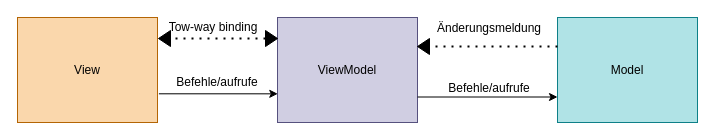
gitfarah/Schule-Website-Projekt keeps this draw.io diagram as MVVM Design.drawio. Above is the earlier version. Source tidied: cells renumbered, new cells numbered last; positions are measured from the earlier drawing's top-left corner, leaving out a move shared by most shapes. Both pictures are drawn from the tidied source at 100%, with x=0, y=0 at pixel (17, 17).
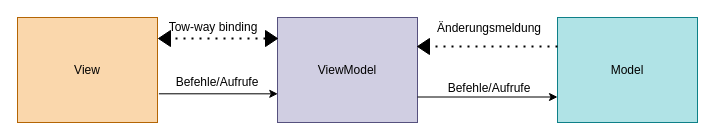
Above is the later version.

Diff of the diagram source:
```diff
@@
 <mxGraphModel>
   <root>
     <mxCell id="0" />
     <mxCell id="1" parent="0" />
     <mxCell id="2" value="ViewModel" style="rounded=0;whiteSpace=wrap;html=1;fillColor=#d0cee2;strokeColor=#56517e;" parent="1" vertex="1">
       <mxGeometry x="260" width="140" height="105" as="geometry" />
     </mxCell>
     <mxCell id="3" value="View" style="rounded=0;whiteSpace=wrap;html=1;fillColor=#fad7ac;strokeColor=#b46504;" parent="1" vertex="1">
       <mxGeometry width="140" height="105" as="geometry" />
     </mxCell>
     <mxCell id="4" value="Model" style="rounded=0;whiteSpace=wrap;html=1;fillColor=#b0e3e6;strokeColor=#0e8088;" parent="1" vertex="1">
       <mxGeometry x="540" width="140" height="105" as="geometry" />
     </mxCell>
     <mxCell id="5" style="endArrow=classic;html=1;exitX=1.01;exitY=0.803;exitDx=0;exitDy=0;exitPerimeter=0;entryX=0.002;entryY=0.727;entryDx=0;entryDy=0;entryPerimeter=0;" parent="1" edge="1" target="2">
       <mxGeometry relative="1" as="geometry">
         <mxPoint x="141.4" y="76.3" as="sourcePoint" />
       </mxGeometry>
     </mxCell>
     <mxCell id="6" style="endArrow=none;dashed=1;html=1;dashPattern=1 3;strokeWidth=2;exitX=0;exitY=0.105;exitDx=0;exitDy=0;entryX=0;entryY=0.5;entryDx=0;entryDy=0;exitPerimeter=0;" parent="1" edge="1" target="7">
       <mxGeometry relative="1" as="geometry">
         <mxPoint x="540" y="29" as="sourcePoint" />
       </mxGeometry>
     </mxCell>
     <mxCell id="7" style="triangle;whiteSpace=wrap;html=1;fillColor=#000000;direction=west;" parent="1" vertex="1">
       <mxGeometry x="400" y="21" width="12" height="16" as="geometry" />
     </mxCell>
     <mxCell id="8" style="endArrow=classic;html=1;entryX=0;entryY=0.5;entryDx=0;entryDy=0;exitX=1;exitY=0.5;exitDx=0;exitDy=0;" parent="1" edge="1">
       <mxGeometry relative="1" as="geometry">
         <mxPoint x="400" y="79.5" as="sourcePoint" />
         <mxPoint x="540" y="79.5" as="targetPoint" />
       </mxGeometry>
     </mxCell>
     <mxCell id="9" value="Tow-way binding" style="text;html=1;strokeColor=none;fillColor=none;align=center;verticalAlign=middle;whiteSpace=wrap;rounded=0;" parent="1" vertex="1">
       <mxGeometry x="141" width="110" height="20" as="geometry" />
     </mxCell>
     <mxCell id="10" style="endArrow=none;dashed=1;html=1;dashPattern=1 3;strokeWidth=2;entryX=0;entryY=0.5;entryDx=0;entryDy=0;exitX=0;exitY=0.5;exitDx=0;exitDy=0;" parent="1" edge="1" source="14" target="11">
       <mxGeometry relative="1" as="geometry" />
     </mxCell>
     <mxCell id="11" style="triangle;whiteSpace=wrap;html=1;fillColor=#000000;direction=west;" parent="1" vertex="1">
       <mxGeometry x="141" y="13" width="12" height="16" as="geometry" />
     </mxCell>
-    <mxCell id="12" value="Befehle/aufrufe" style="text;html=1;strokeColor=none;fillColor=none;align=center;verticalAlign=middle;whiteSpace=wrap;rounded=0;" parent="1" vertex="1">
+    <mxCell id="12" value="Befehle/Aufrufe" style="text;html=1;strokeColor=none;fillColor=none;align=center;verticalAlign=middle;whiteSpace=wrap;rounded=0;" parent="1" vertex="1">
       <mxGeometry x="412" y="61" width="120" height="20" as="geometry" />
     </mxCell>
-    <mxCell id="13" value="Befehle/aufrufe" style="text;html=1;strokeColor=none;fillColor=none;align=center;verticalAlign=middle;whiteSpace=wrap;rounded=0;" parent="1" vertex="1">
+    <mxCell id="13" value="Befehle/Aufrufe" style="text;html=1;strokeColor=none;fillColor=none;align=center;verticalAlign=middle;whiteSpace=wrap;rounded=0;" parent="1" vertex="1">
       <mxGeometry x="180" y="55" width="40" height="20" as="geometry" />
     </mxCell>
     <mxCell id="14" style="triangle;whiteSpace=wrap;html=1;fillColor=#000000;direction=east;" parent="1" vertex="1">
       <mxGeometry x="248" y="13" width="12" height="16" as="geometry" />
     </mxCell>
     <mxCell id="15" value="Änderungsmeldung" style="text;html=1;strokeColor=none;fillColor=none;align=center;verticalAlign=middle;whiteSpace=wrap;rounded=0;" parent="1" vertex="1">
       <mxGeometry x="452" y="1" width="40" height="20" as="geometry" />
     </mxCell>
   </root>
 </mxGraphModel>
```
